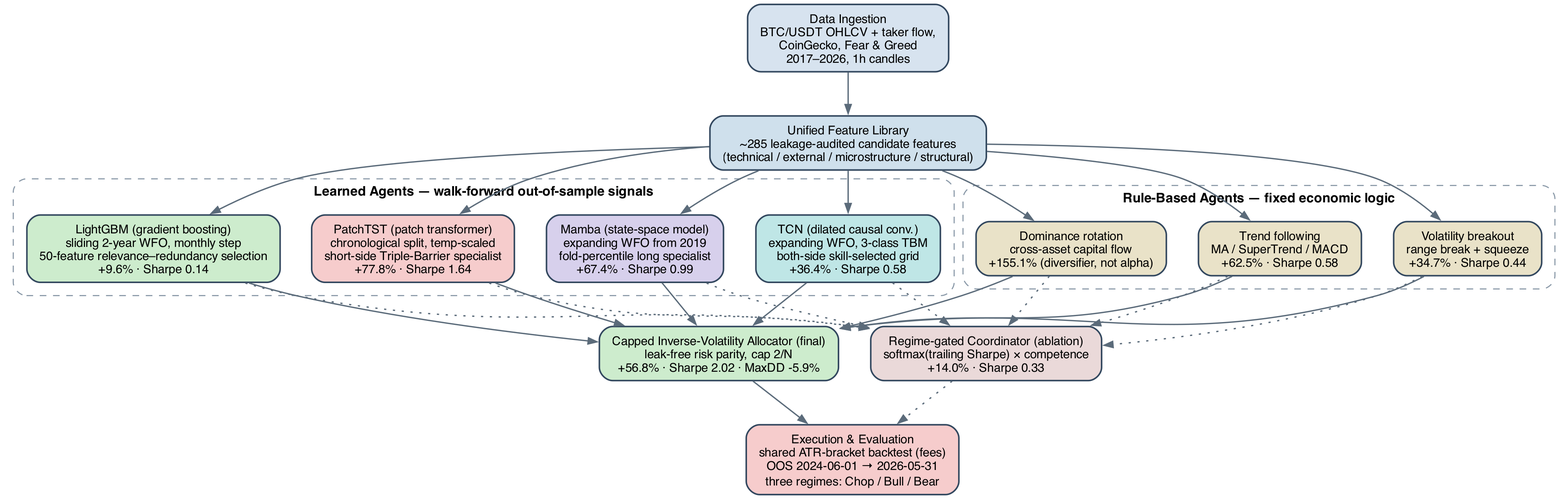
WojciechNeuman/hybrid-multi-agent-trading-system keeps this Graphviz diagram as latex_thesis/Master_Thesis___Hybrid_Multi_Agent_Trading_System/Images/system_overview.png. Above is the earlier version. Its source is kept beside it as latex_thesis/Master_Thesis___Hybrid_Multi_Agent_Trading_System/Images/system_overview.dot.
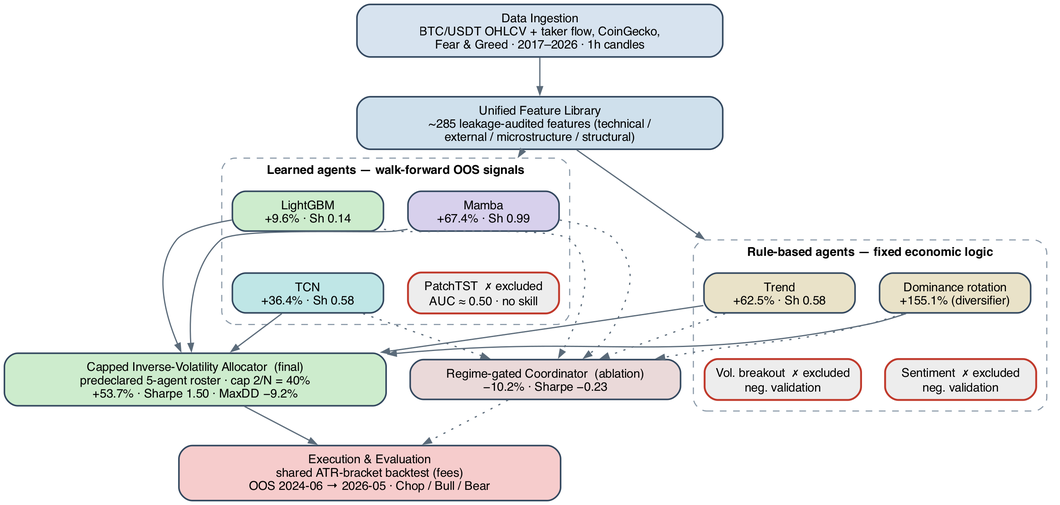
After the change.

What changed in the source:
```diff
@@ -2,81 +2,60 @@
     rankdir=TB;
     bgcolor="white";
     splines=true;
-    nodesep=0.40;
-    ranksep=0.55;
+    compound=true;
+    nodesep=0.30;
+    ranksep=0.50;
     node [shape=box, style="rounded,filled", fontname="Helvetica", fontsize=11,
-          color="#33485f", penwidth=1.4, margin="0.16,0.09"];
-    edge [color="#5b6b7a", arrowsize=0.8, penwidth=1.2];
+          color="#33485f", penwidth=1.4, margin="0.14,0.08", width=1.9];
+    edge [color="#5b6b7a", arrowsize=0.7, penwidth=1.1];
 
-    DATA [label="Data Ingestion\nBTC/USDT OHLCV + taker flow,\nCoinGecko, Fear & Greed\n2017–2026, 1h candles",
-          fillcolor="#d7e3ef"];
-
-    FEAT [label="Unified Feature Library\n~285 leakage-audited candidate features\n(technical / external / microstructure / structural)",
-          fillcolor="#cfe0ec"];
+    DATA [label="Data Ingestion\nBTC/USDT OHLCV + taker flow, CoinGecko,\nFear & Greed · 2017–2026 · 1h candles",
+          fillcolor="#d7e3ef", width=4.6];
+    FEAT [label="Unified Feature Library\n~285 leakage-audited features (technical /\nexternal / microstructure / structural)",
+          fillcolor="#cfe0ec", width=4.6];
 
     subgraph cluster_learned {
-        label="Learned Agents — walk-forward out-of-sample signals";
-        labelloc="t";
-        fontname="Helvetica-Bold";
-        fontsize=12;
-        style="dashed,rounded";
-        color="#8a99a8";
-        margin=12;
-
-        LGBM   [label="LightGBM (gradient boosting)\nsliding 2-year WFO, monthly step\n50-feature relevance–redundancy selection\n+9.6% · Sharpe 0.14",
-                fillcolor="#cdeccd"];
-        PATCH  [label="PatchTST (patch transformer)\nchronological split, temp-scaled\nshort-side Triple-Barrier specialist\n+77.8% · Sharpe 1.64",
-                fillcolor="#f6cccc"];
-        MAMBA  [label="Mamba (state-space model)\nexpanding WFO from 2019\nfold-percentile long specialist\n+67.4% · Sharpe 0.99",
-                fillcolor="#d7d0ec"];
-        TCN    [label="TCN (dilated causal conv.)\nexpanding WFO, 3-class TBM\nboth-side skill-selected grid\n+36.4% · Sharpe 0.58",
-                fillcolor="#bfe6e6"];
+        label="Learned agents — walk-forward OOS signals";
+        labelloc="t"; fontname="Helvetica-Bold"; fontsize=11;
+        style="dashed,rounded"; color="#8a99a8"; margin=10;
+        LGBM  [label="LightGBM\n+9.6% · Sh 0.14",  fillcolor="#cdeccd"];
+        MAMBA [label="Mamba\n+67.4% · Sh 0.99",    fillcolor="#d7d0ec"];
+        TCN   [label="TCN\n+36.4% · Sh 0.58",      fillcolor="#bfe6e6"];
+        PATCH [label="PatchTST  ✗ excluded\nAUC ≈ 0.50 · no skill", fillcolor="#ededed", color="#c0392b", penwidth=1.7];
+        { rank=same; LGBM; MAMBA; }
+        { rank=same; TCN;  PATCH; }
+        LGBM -> TCN [style=invis];  MAMBA -> PATCH [style=invis];
     }
 
     subgraph cluster_rules {
-        label="Rule-Based Agents — fixed economic logic";
-        labelloc="t";
-        fontname="Helvetica-Bold";
-        fontsize=12;
-        style="dashed,rounded";
-        color="#8a99a8";
-        margin=12;
-
-        TREND  [label="Trend following\nMA / SuperTrend / MACD\n+62.5% · Sharpe 0.58",
-                fillcolor="#e9e2c8"];
-        VOLB   [label="Volatility breakout\nrange break + squeeze\n+34.7% · Sharpe 0.44",
-                fillcolor="#e9e2c8"];
-        DOM    [label="Dominance rotation\ncross-asset capital flow\n+155.1% (diversifier, not alpha)",
-                fillcolor="#e9e2c8"];
+        label="Rule-based agents — fixed economic logic";
+        labelloc="t"; fontname="Helvetica-Bold"; fontsize=11;
+        style="dashed,rounded"; color="#8a99a8"; margin=10;
+        TREND [label="Trend\n+62.5% · Sh 0.58",        fillcolor="#e9e2c8"];
+        DOM   [label="Dominance rotation\n+155.1% (diversifier)", fillcolor="#e9e2c8"];
+        VOLB  [label="Vol. breakout  ✗ excluded\nneg. validation", fillcolor="#ededed", color="#c0392b", penwidth=1.7];
+        SENT  [label="Sentiment  ✗ excluded\nneg. validation",     fillcolor="#ededed", color="#c0392b", penwidth=1.7];
+        { rank=same; TREND; DOM; }
+        { rank=same; VOLB;  SENT; }
+        TREND -> VOLB [style=invis];  DOM -> SENT [style=invis];
     }
 
-    ALLOC  [label="Capped Inverse-Volatility Allocator (final)\nleak-free risk parity, cap 2/N\n+56.8% · Sharpe 2.02 · MaxDD -5.9%",
-            fillcolor="#cdeccd"];
-    COORD  [label="Regime-gated Coordinator (ablation)\nsoftmax(trailing Sharpe) × competence\n+14.0% · Sharpe 0.33",
-            fillcolor="#ead9d9"];
-
-    EXEC   [label="Execution & Evaluation\nshared ATR-bracket backtest (fees)\nOOS 2024-06-01 → 2026-05-31\nthree regimes: Chop / Bull / Bear",
-            fillcolor="#f6cccc"];
+    ALLOC [label="Capped Inverse-Volatility Allocator  (final)\npredeclared 5-agent roster · cap 2/N = 40%\n+53.7% · Sharpe 1.50 · MaxDD −9.2%",
+           fillcolor="#cdeccd", width=4.8];
+    COORD [label="Regime-gated Coordinator  (ablation)\n−10.2% · Sharpe −0.23",
+           fillcolor="#ead9d9", width=3.4];
+    EXEC  [label="Execution & Evaluation\nshared ATR-bracket backtest (fees)\nOOS 2024-06 → 2026-05 · Chop / Bull / Bear",
+           fillcolor="#f6cccc", width=4.8];
 
     DATA -> FEAT;
-    FEAT -> LGBM;
-    FEAT -> PATCH;
-    FEAT -> MAMBA;
-    FEAT -> TCN;
-    FEAT -> TREND;
-    FEAT -> VOLB;
-    FEAT -> DOM;
+    FEAT -> MAMBA [lhead=cluster_learned];
+    FEAT -> TREND [lhead=cluster_rules];
 
-    LGBM  -> ALLOC;  PATCH -> ALLOC;  MAMBA -> ALLOC;  TCN -> ALLOC;
-    TREND -> ALLOC;  VOLB  -> ALLOC;  DOM   -> ALLOC;
-
-    LGBM  -> COORD [style=dotted];  PATCH -> COORD [style=dotted];
-    MAMBA -> COORD [style=dotted];  TCN   -> COORD [style=dotted];
-    TREND -> COORD [style=dotted];  VOLB  -> COORD [style=dotted];
-    DOM   -> COORD [style=dotted];
+    LGBM -> ALLOC; MAMBA -> ALLOC; TCN -> ALLOC; TREND -> ALLOC; DOM -> ALLOC;
+    LGBM -> COORD [style=dotted]; MAMBA -> COORD [style=dotted]; TCN -> COORD [style=dotted];
+    TREND -> COORD [style=dotted]; DOM -> COORD [style=dotted];
 
     ALLOC -> EXEC;
     COORD -> EXEC [style=dotted];
-
     { rank=same; ALLOC; COORD; }
 }
```
